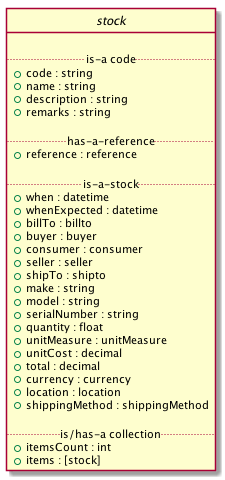
Above: images/stock-class-diagram.puml.png in EciStg/order-placement (PlantUML), before the change.
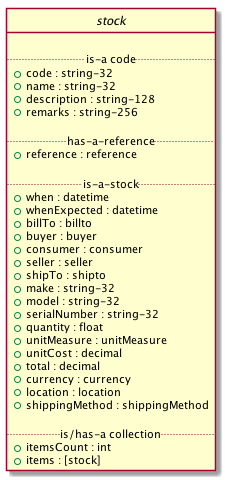
Above is the later version.

Commit message:
added string lengths to graphviz objects

The edit, as a diff of the source:
```diff
@@ -4,10 +4,10 @@
 interface stock {
 
 .. is-a code ..
-{field} + code : string
-{field} + name : string
-{field} + description : string
-{field} + remarks : string
+{field} + code : string-32
+{field} + name : string-32
+{field} + description : string-128
+{field} + remarks : string-256
 
 .. has-a-reference ..
 {field} + reference : reference
@@ -20,9 +20,9 @@
 {field} + consumer : consumer
 {field} + seller : seller
 {field} + shipTo : shipto
-{field} + make : string
-{field} + model : string
-{field} + serialNumber : string
+{field} + make : string-32
+{field} + model : string-32
+{field} + serialNumber : string-32
 {field} + quantity : float
 {field} + unitMeasure : unitMeasure
 {field} + unitCost : decimal
```
